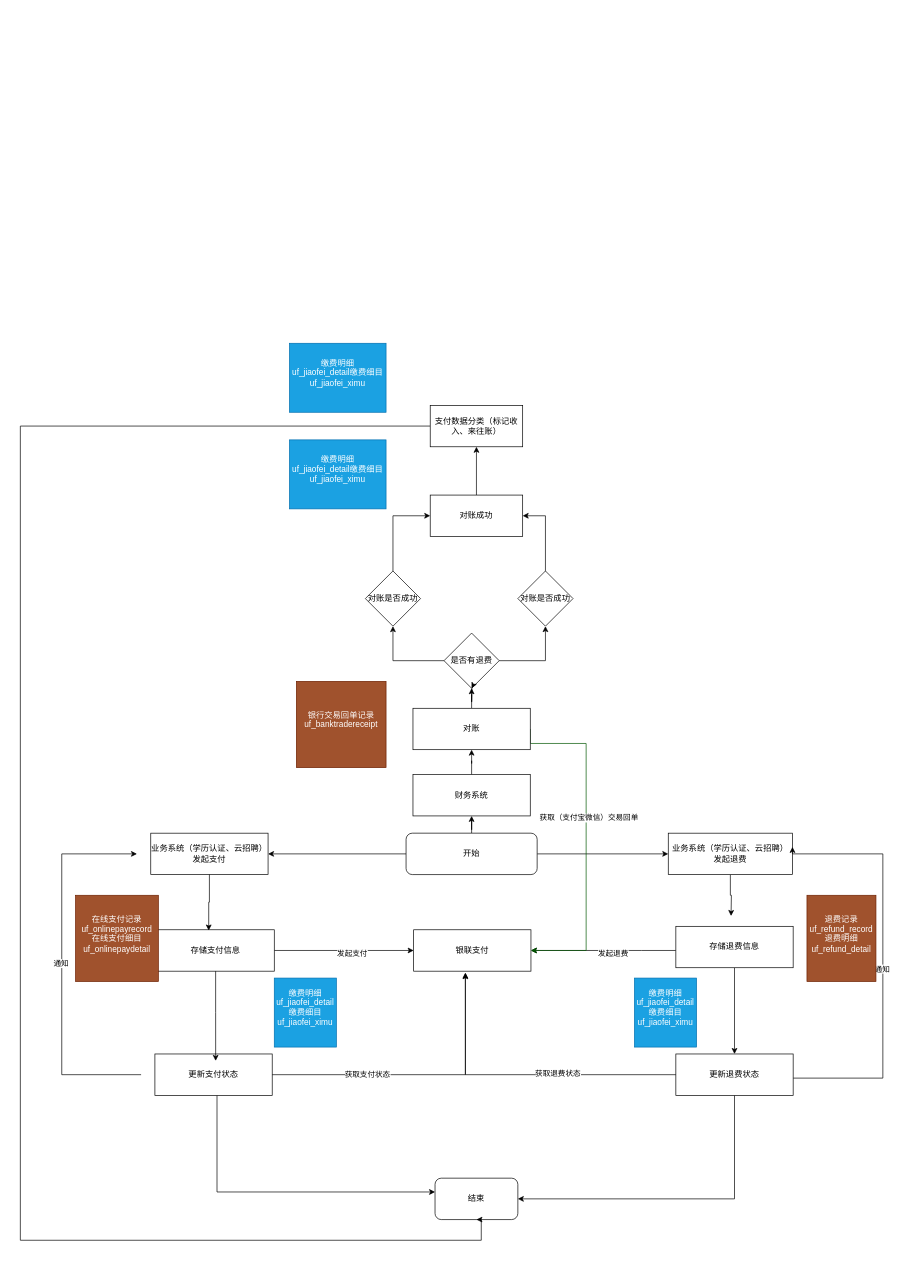
This is 财务系统数据流程图2.drawio from zhangfengman/autoJs, a draw.io file, before an edit. Source tidied: cells renumbered, new cells numbered last; positions are measured from the earlier drawing's top-left corner, leaving out a move shared by most shapes. Both pictures are drawn from the tidied source at 69%, with x=0, y=0 at pixel (20, 343).
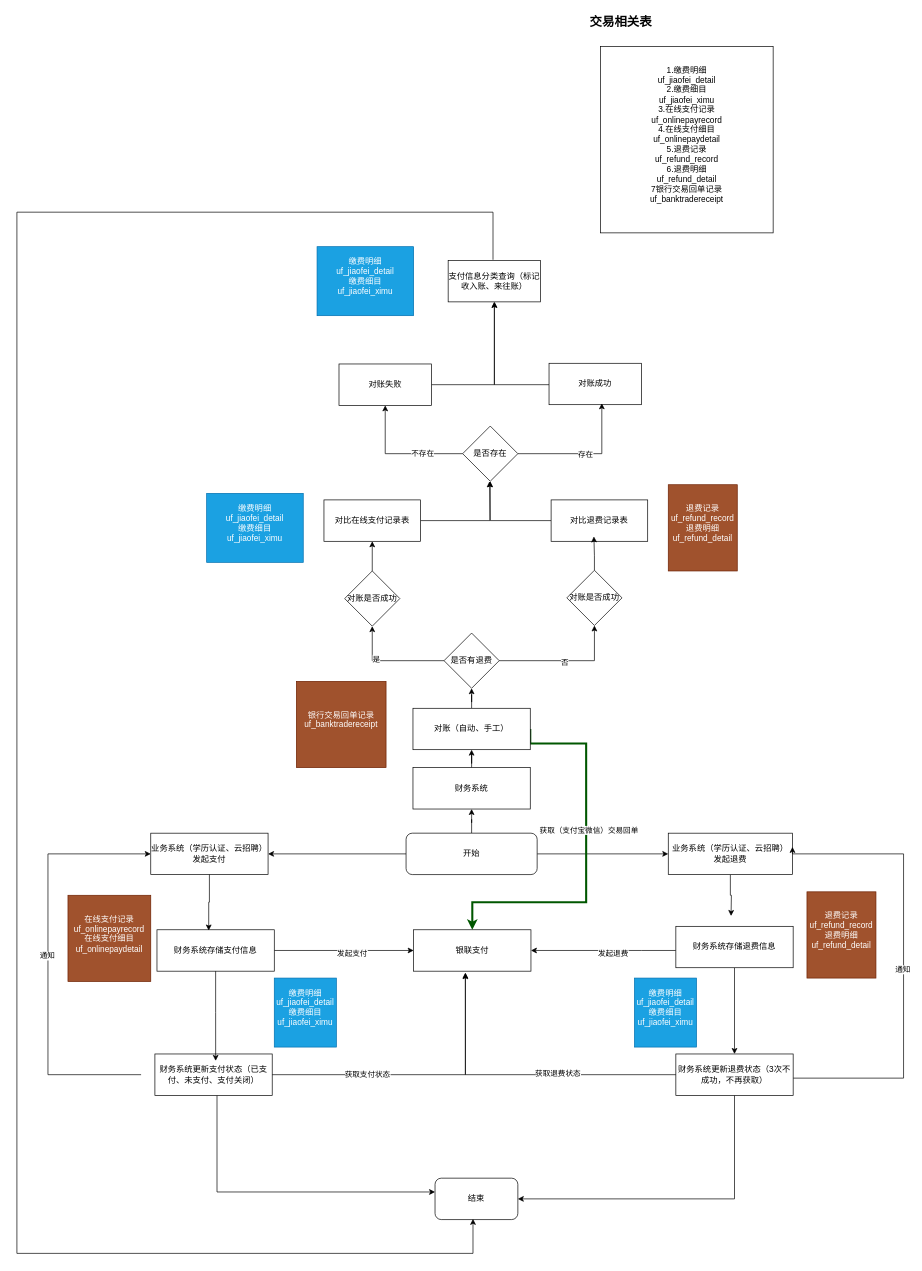
After the change.

Commit message:
更新财务系统数据流程图2.drawio

The change refers to these unchanged cells:
```xml
<mxCell id="8" value="业务系统（学历认证、云招聘）发起支付" style="rounded=0;whiteSpace=wrap;html=1;" parent="1" vertex="1">
  <mxGeometry x="189" y="710" width="170" height="60" as="geometry" />
</mxCell>
<mxCell id="9" value="银联支付" style="rounded=0;whiteSpace=wrap;html=1;" parent="1" vertex="1">
  <mxGeometry x="570" y="850" width="170" height="60" as="geometry" />
</mxCell>
<mxCell id="17" value="结束" style="rounded=1;whiteSpace=wrap;html=1;" parent="1" vertex="1">
  <mxGeometry x="601" y="1210" width="120" height="60" as="geometry" />
</mxCell>
<mxCell id="24" style="edgeStyle=orthogonalEdgeStyle;rounded=0;jettySize=auto;html=1;exitX=1;exitY=0.5;exitDx=0;exitDy=0;entryX=0.5;entryY=1;entryDx=0;entryDy=0;" parent="1" edge="1" source="26" target="32">
  <mxGeometry relative="1" as="geometry" />
</mxCell>
<mxCell id="25" style="edgeStyle=orthogonalEdgeStyle;rounded=0;jettySize=auto;html=1;" parent="1" edge="1" source="26" target="30">
  <mxGeometry relative="1" as="geometry" />
</mxCell>
<mxCell id="26" value="是否有退费" style="rhombus;whiteSpace=wrap;html=1;" parent="1" vertex="1">
  <mxGeometry x="614" y="420" width="80" height="80" as="geometry" />
</mxCell>
```

Change to the diagram source:
```diff
@@
-    <mxCell id="12" value="存储支付信息" style="rounded=0;whiteSpace=wrap;html=1;" parent="1" vertex="1">
+    <mxCell id="12" value="财务系统存储支付信息" style="rounded=0;whiteSpace=wrap;html=1;" parent="1" vertex="1">
       <mxGeometry x="198" y="850" width="170" height="60" as="geometry" />
     </mxCell>
@@
-    <mxCell id="14" style="edgeStyle=orthogonalEdgeStyle;rounded=0;orthogonalLoop=1;jettySize=auto;html=1;entryX=0;entryY=0.5;entryDx=0;entryDy=0;" parent="1" edge="1">
+    <mxCell id="14" style="edgeStyle=orthogonalEdgeStyle;rounded=0;jettySize=auto;html=1;" parent="1" edge="1" target="8">
       <mxGeometry relative="1" as="geometry">
         <mxPoint x="175" y="1060" as="sourcePoint" />
-        <mxPoint x="169" y="740" as="targetPoint" />
         <Array as="points">
-          <mxPoint x="60" y="1060" />
-          <mxPoint x="60" y="740" />
+          <mxPoint x="40" y="1060" />
+          <mxPoint x="40" y="740" />
         </Array>
       </mxGeometry>
     </mxCell>
@@
-    <mxCell id="16" value="更新支付状态" style="rounded=0;whiteSpace=wrap;html=1;" parent="1" vertex="1">
+    <mxCell id="16" value="财务系统更新支付状态（已支付、未支付、支付关闭）" style="rounded=0;whiteSpace=wrap;html=1;" parent="1" vertex="1">
       <mxGeometry x="195" y="1030" width="170" height="60" as="geometry" />
     </mxCell>
@@
-    <mxCell id="21" value="存储退费信息" style="rounded=0;whiteSpace=wrap;html=1;" parent="1" vertex="1">
+    <mxCell id="21" value="财务系统存储退费信息" style="rounded=0;whiteSpace=wrap;html=1;" parent="1" vertex="1">
       <mxGeometry x="950" y="845" width="170" height="60" as="geometry" />
     </mxCell>
-    <mxCell id="22" style="edgeStyle=orthogonalEdgeStyle;rounded=0;jettySize=auto;html=1;entryX=0.5;entryY=1;entryDx=0;entryDy=0;" parent="1" edge="1" source="23" target="17">
+    <mxCell id="22" style="edgeStyle=orthogonalEdgeStyle;rounded=0;orthogonalLoop=1;jettySize=auto;html=1;entryX=0.5;entryY=1;entryDx=0;entryDy=0;exitX=0.522;exitY=0;exitDx=0;exitDy=0;exitPerimeter=0;" parent="1" edge="1">
       <mxGeometry relative="1" as="geometry">
+        <mxPoint x="685" y="-121" as="sourcePoint" />
+        <mxPoint x="656" y="1269" as="targetPoint" />
         <Array as="points">
-          <mxPoint y="120" />
-          <mxPoint y="1300" />
-          <mxPoint x="668" y="1300" />
-          <mxPoint x="668" y="1270" />
+          <mxPoint x="685" y="-190" />
+          <mxPoint x="-5" y="-190" />
+          <mxPoint x="-5" y="1319" />
+          <mxPoint x="656" y="1319" />
         </Array>
       </mxGeometry>
     </mxCell>
-    <mxCell id="23" value="支付数据分类（标记收入、来往账）" style="rounded=0;whiteSpace=wrap;html=1;" parent="1" vertex="1">
-      <mxGeometry x="594" y="90" width="134" height="60" as="geometry" />
+    <mxCell id="23" value="支付信息分类查询（标记收入账、来往账）" style="rounded=0;whiteSpace=wrap;html=1;" parent="1" vertex="1">
+      <mxGeometry x="620" y="-120" width="134" height="60" as="geometry" />
     </mxCell>
@@
+    <mxCell id="57" value="否" style="edgeLabel;html=1;align=center;verticalAlign=middle;" parent="24" vertex="1">
+      <mxGeometry x="-0.01" y="-2" relative="1" as="geometry" />
+    </mxCell>
@@
+    <mxCell id="58" value="是" style="edgeLabel;html=1;align=center;verticalAlign=middle;" parent="25" vertex="1">
+      <mxGeometry x="0.29" y="-3" relative="1" as="geometry" />
+    </mxCell>
@@
     <mxCell id="27" style="edgeStyle=orthogonalEdgeStyle;rounded=0;jettySize=auto;html=1;entryX=0.5;entryY=1;entryDx=0;entryDy=0;" parent="1" edge="1" source="28" target="23">
-      <mxGeometry relative="1" as="geometry" />
+      <mxGeometry relative="1" as="geometry">
+        <Array as="points">
+          <mxPoint x="687" y="60" />
+        </Array>
+      </mxGeometry>
     </mxCell>
     <mxCell id="28" value="对账成功" style="rounded=0;whiteSpace=wrap;html=1;" parent="1" vertex="1">
-      <mxGeometry x="594" y="220" width="134" height="60" as="geometry" />
+      <mxGeometry x="766.2" y="29" width="134" height="60" as="geometry" />
     </mxCell>
-    <mxCell id="29" style="edgeStyle=orthogonalEdgeStyle;rounded=0;jettySize=auto;html=1;entryX=0;entryY=0.5;entryDx=0;entryDy=0;exitX=0.5;exitY=0;exitDx=0;exitDy=0;" parent="1" edge="1" source="30" target="28">
-      <mxGeometry relative="1" as="geometry">
-        <Array as="points">
-          <mxPoint x="540" y="250" />
-        </Array>
-      </mxGeometry>
-    </mxCell>
+    <mxCell id="59" style="edgeStyle=orthogonalEdgeStyle;rounded=0;jettySize=auto;html=1;" parent="1" edge="1" source="30" target="63">
+      <mxGeometry relative="1" as="geometry" />
+    </mxCell>
     <mxCell id="30" value="对账是否成功" style="rhombus;whiteSpace=wrap;html=1;" parent="1" vertex="1">
-      <mxGeometry x="500" y="330" width="80" height="80" as="geometry" />
+      <mxGeometry x="470" y="330" width="80" height="80" as="geometry" />
     </mxCell>
-    <mxCell id="31" style="edgeStyle=orthogonalEdgeStyle;rounded=0;jettySize=auto;html=1;" parent="1" edge="1" source="32" target="28">
-      <mxGeometry relative="1" as="geometry">
-        <Array as="points">
-          <mxPoint x="761" y="250" />
-        </Array>
-      </mxGeometry>
-    </mxCell>
     <mxCell id="32" value="对账是否成功" style="rhombus;whiteSpace=wrap;html=1;" parent="1" vertex="1">
-      <mxGeometry x="721" y="330" width="80" height="80" as="geometry" />
+      <mxGeometry x="792" y="329" width="80" height="80" as="geometry" />
     </mxCell>
@@
     <mxCell id="34" style="edgeStyle=orthogonalEdgeStyle;rounded=0;orthogonalLoop=1;jettySize=auto;html=1;entryX=1;entryY=0.25;entryDx=0;entryDy=0;" parent="1" edge="1">
       <mxGeometry relative="1" as="geometry">
         <mxPoint x="1120" y="1065" as="sourcePoint" />
         <mxPoint x="1119" y="730" as="targetPoint" />
         <Array as="points">
-          <mxPoint x="1250" y="1065" />
-          <mxPoint x="1250" y="740" />
+          <mxPoint x="1280" y="1065" />
+          <mxPoint x="1280" y="740" />
           <mxPoint x="1119" y="740" />
         </Array>
       </mxGeometry>
     </mxCell>
@@
-    <mxCell id="36" value="更新退费状态" style="rounded=0;whiteSpace=wrap;html=1;" parent="1" vertex="1">
+    <mxCell id="36" value="财务系统更新退费状态（3次不成功，不再获取）" style="rounded=0;whiteSpace=wrap;html=1;" parent="1" vertex="1">
       <mxGeometry x="950" y="1030" width="170" height="60" as="geometry" />
     </mxCell>
@@
-    <mxCell id="42" style="edgeStyle=orthogonalEdgeStyle;rounded=0;jettySize=auto;html=1;" parent="1" edge="1" target="26">
-      <mxGeometry relative="1" as="geometry">
-        <mxPoint x="654" y="519" as="sourcePoint" />
-      </mxGeometry>
-    </mxCell>
-    <mxCell id="43" style="edgeStyle=orthogonalEdgeStyle;rounded=0;jettySize=auto;html=1;exitX=1;exitY=0.5;exitDx=0;exitDy=0;fillColor=#008a00;strokeColor=#005700;" parent="1" edge="1" source="46" target="9">
+    <mxCell id="43" style="edgeStyle=orthogonalEdgeStyle;rounded=0;jettySize=auto;html=1;exitX=1;exitY=0.5;exitDx=0;exitDy=0;fillColor=#008a00;strokeColor=#005700;strokeWidth=3;" parent="1" edge="1" source="46" target="9">
       <mxGeometry relative="1" as="geometry">
         <Array as="points">
+          <mxPoint x="739" y="580" />
           <mxPoint x="820" y="580" />
-          <mxPoint x="820" y="880" />
+          <mxPoint x="820" y="810" />
+          <mxPoint x="655" y="810" />
         </Array>
       </mxGeometry>
     </mxCell>
@@
-    <mxCell id="46" value="对账" style="rounded=0;whiteSpace=wrap;html=1;" parent="1" vertex="1">
+    <mxCell id="46" value="对账（自动、手工）" style="rounded=0;whiteSpace=wrap;html=1;" parent="1" vertex="1">
       <mxGeometry x="569" y="529" width="170" height="60" as="geometry" />
     </mxCell>
@@
     <mxCell id="48" value="财务系统" style="rounded=0;whiteSpace=wrap;html=1;" parent="1" vertex="1">
-      <mxGeometry x="569" y="625" width="170" height="60" as="geometry" />
+      <mxGeometry x="569" y="615" width="170" height="60" as="geometry" />
     </mxCell>
@@
     <mxCell id="50" value="&lt;div&gt;在线支付记录&lt;br&gt;&lt;/div&gt;&lt;div&gt;uf_onlinepayrecord&lt;/div&gt;&lt;div&gt;在线支付细目&lt;/div&gt;&lt;div&gt;uf_onlinepaydetail&lt;br&gt;&lt;div&gt;&lt;br&gt;&lt;/div&gt;&lt;/div&gt;" style="text;html=1;align=center;verticalAlign=middle;whiteSpace=wrap;rounded=0;fillColor=#a0522d;fontColor=#ffffff;strokeColor=#6D1F00;" parent="1" vertex="1">
-      <mxGeometry x="80" y="800" width="120" height="125" as="geometry" />
+      <mxGeometry x="69" y="800" width="120" height="125" as="geometry" />
     </mxCell>
     <mxCell id="51" value="&lt;div&gt;退费记录&lt;br&gt;&lt;/div&gt;&lt;div&gt;uf_refund_record&lt;/div&gt;&lt;div&gt;退费明细&lt;br&gt;&lt;/div&gt;&lt;div&gt;uf_refund_detail&lt;br&gt;&lt;div&gt;&lt;br&gt;&lt;/div&gt;&lt;/div&gt;" style="text;html=1;align=center;verticalAlign=middle;whiteSpace=wrap;rounded=0;fillColor=#a0522d;fontColor=#ffffff;strokeColor=#6D1F00;" parent="1" vertex="1">
-      <mxGeometry x="1140" y="800" width="100" height="125" as="geometry" />
+      <mxGeometry x="1140" y="795" width="100" height="125" as="geometry" />
     </mxCell>
@@
-    <mxCell id="55" value="&lt;div&gt;缴费明细&lt;br&gt;&lt;/div&gt;&lt;div&gt;uf_jiaofei_detail缴费细目&lt;/div&gt;&lt;div&gt;uf_jiaofei_ximu&lt;br&gt;&lt;/div&gt;&lt;div&gt;&lt;div&gt;&lt;br&gt;&lt;/div&gt;&lt;/div&gt;" style="text;html=1;align=center;verticalAlign=middle;whiteSpace=wrap;rounded=0;fillColor=#1ba1e2;fontColor=#ffffff;strokeColor=#006EAF;" parent="1" vertex="1">
-      <mxGeometry x="390" y="140" width="140" height="100" as="geometry" />
-    </mxCell>
-    <mxCell id="56" value="&lt;div&gt;缴费明细&lt;br&gt;&lt;/div&gt;&lt;div&gt;uf_jiaofei_detail缴费细目&lt;/div&gt;&lt;div&gt;uf_jiaofei_ximu&lt;br&gt;&lt;/div&gt;&lt;div&gt;&lt;div&gt;&lt;br&gt;&lt;/div&gt;&lt;/div&gt;" style="text;html=1;align=center;verticalAlign=middle;whiteSpace=wrap;rounded=0;fillColor=#1ba1e2;fontColor=#ffffff;strokeColor=#006EAF;" parent="1" vertex="1">
-      <mxGeometry x="390" width="140" height="100" as="geometry" />
+    <mxCell id="56" value="&lt;div&gt;缴费明细&lt;br&gt;&lt;/div&gt;&lt;div&gt;uf_jiaofei_detail&lt;/div&gt;&lt;div&gt;缴费细目&lt;/div&gt;&lt;div&gt;uf_jiaofei_ximu&lt;br&gt;&lt;/div&gt;&lt;div&gt;&lt;div&gt;&lt;br&gt;&lt;/div&gt;&lt;/div&gt;" style="text;html=1;align=center;verticalAlign=middle;whiteSpace=wrap;rounded=0;fillColor=#1ba1e2;fontColor=#ffffff;strokeColor=#006EAF;" parent="1" vertex="1">
+      <mxGeometry x="430" y="-140" width="140" height="100" as="geometry" />
     </mxCell>
+    <mxCell id="60" style="edgeStyle=orthogonalEdgeStyle;rounded=0;jettySize=auto;html=1;entryX=0.5;entryY=1;entryDx=0;entryDy=0;" parent="1" edge="1" source="61" target="23">
+      <mxGeometry relative="1" as="geometry" />
+    </mxCell>
+    <mxCell id="61" value="对账失败" style="rounded=0;whiteSpace=wrap;html=1;" parent="1" vertex="1">
+      <mxGeometry x="461.8" y="30" width="134" height="60" as="geometry" />
+    </mxCell>
+    <mxCell id="62" style="edgeStyle=orthogonalEdgeStyle;rounded=0;jettySize=auto;html=1;" parent="1" edge="1" source="63">
+      <mxGeometry relative="1" as="geometry">
+        <mxPoint x="680" y="200" as="targetPoint" />
+      </mxGeometry>
+    </mxCell>
+    <mxCell id="63" value="对比在线支付记录表" style="rounded=0;whiteSpace=wrap;html=1;" parent="1" vertex="1">
+      <mxGeometry x="440" y="227" width="140" height="60" as="geometry" />
+    </mxCell>
+    <mxCell id="64" style="edgeStyle=orthogonalEdgeStyle;rounded=0;jettySize=auto;html=1;" parent="1" edge="1" source="66" target="61">
+      <mxGeometry relative="1" as="geometry" />
+    </mxCell>
+    <mxCell id="65" value="不存在" style="edgeLabel;html=1;align=center;verticalAlign=middle;" parent="64" vertex="1">
+      <mxGeometry x="-0.35" y="-1" relative="1" as="geometry" />
+    </mxCell>
+    <mxCell id="66" value="是否存在" style="rhombus;whiteSpace=wrap;html=1;" parent="1" vertex="1">
+      <mxGeometry x="641" y="120" width="80" height="80" as="geometry" />
+    </mxCell>
+    <mxCell id="67" style="edgeStyle=orthogonalEdgeStyle;rounded=0;jettySize=auto;html=1;entryX=0.571;entryY=0.967;entryDx=0;entryDy=0;entryPerimeter=0;" parent="1" edge="1" source="66" target="28">
+      <mxGeometry relative="1" as="geometry" />
+    </mxCell>
+    <mxCell id="68" value="存在" style="edgeLabel;html=1;align=center;verticalAlign=middle;" parent="67" vertex="1">
+      <mxGeometry x="-0.01" relative="1" as="geometry">
+        <mxPoint x="1" as="offset" />
+      </mxGeometry>
+    </mxCell>
+    <mxCell id="69" style="edgeStyle=orthogonalEdgeStyle;rounded=0;jettySize=auto;html=1;" parent="1" edge="1" source="70" target="66">
+      <mxGeometry relative="1" as="geometry" />
+    </mxCell>
+    <mxCell id="70" value="对比退费记录表" style="rounded=0;whiteSpace=wrap;html=1;" parent="1" vertex="1">
+      <mxGeometry x="769.2" y="227" width="140" height="60" as="geometry" />
+    </mxCell>
+    <mxCell id="71" style="edgeStyle=orthogonalEdgeStyle;rounded=0;jettySize=auto;html=1;entryX=0.443;entryY=0.883;entryDx=0;entryDy=0;entryPerimeter=0;" parent="1" edge="1" source="32" target="70">
+      <mxGeometry relative="1" as="geometry" />
+    </mxCell>
+    <mxCell id="72" value="&lt;div&gt;缴费明细&lt;br&gt;&lt;/div&gt;&lt;div&gt;uf_jiaofei_detail&lt;/div&gt;&lt;div&gt;缴费细目&lt;/div&gt;&lt;div&gt;uf_jiaofei_ximu&lt;br&gt;&lt;/div&gt;&lt;div&gt;&lt;div&gt;&lt;br&gt;&lt;/div&gt;&lt;/div&gt;" style="text;html=1;align=center;verticalAlign=middle;whiteSpace=wrap;rounded=0;fillColor=#1ba1e2;fontColor=#ffffff;strokeColor=#006EAF;" parent="1" vertex="1">
+      <mxGeometry x="270" y="217.5" width="140" height="100" as="geometry" />
+    </mxCell>
+    <mxCell id="73" value="&lt;div&gt;退费记录&lt;br&gt;&lt;/div&gt;&lt;div&gt;uf_refund_record&lt;/div&gt;&lt;div&gt;退费明细&lt;br&gt;&lt;/div&gt;&lt;div&gt;uf_refund_detail&lt;br&gt;&lt;div&gt;&lt;br&gt;&lt;/div&gt;&lt;/div&gt;" style="text;html=1;align=center;verticalAlign=middle;whiteSpace=wrap;rounded=0;fillColor=#a0522d;fontColor=#ffffff;strokeColor=#6D1F00;" parent="1" vertex="1">
+      <mxGeometry x="939" y="205" width="100" height="125" as="geometry" />
+    </mxCell>
+    <mxCell id="74" value="&lt;div&gt;1.缴费明细&lt;br&gt;&lt;/div&gt;&lt;div&gt;uf_jiaofei_detail&lt;/div&gt;&lt;div&gt;2.缴费细目&lt;/div&gt;&lt;div&gt;uf_jiaofei_ximu&lt;br&gt;&lt;/div&gt;&lt;div&gt;&lt;div&gt;3.在线支付记录&lt;br&gt;&lt;/div&gt;&lt;div&gt;uf_onlinepayrecord&lt;/div&gt;&lt;div&gt;4.在线支付细目&lt;/div&gt;&lt;div&gt;uf_onlinepaydetail&lt;br&gt;&lt;div&gt;&lt;div&gt;5.退费记录&lt;br&gt;&lt;/div&gt;&lt;div&gt;uf_refund_record&lt;/div&gt;&lt;div&gt;6.退费明细&lt;br&gt;&lt;/div&gt;&lt;div&gt;uf_refund_detail&lt;br&gt;&lt;div&gt;7银行交易回单记录&lt;div&gt;uf_banktradereceipt&lt;br&gt;&lt;/div&gt;&lt;div&gt;&lt;br style=&quot;color: rgb(255, 255, 255);&quot;&gt;&lt;/div&gt;&lt;/div&gt;&lt;/div&gt;&lt;/div&gt;&lt;/div&gt;&lt;/div&gt;" style="rounded=0;whiteSpace=wrap;html=1;" parent="1" vertex="1">
+      <mxGeometry x="841" y="-430" width="250" height="270" as="geometry" />
+    </mxCell>
+    <mxCell id="75" value="交易相关表" style="text;html=1;align=center;verticalAlign=middle;whiteSpace=wrap;rounded=0;fontSize=18;fontStyle=1;" parent="1" vertex="1">
+      <mxGeometry x="820" y="-480" width="101" height="30" as="geometry" />
+    </mxCell>
```
